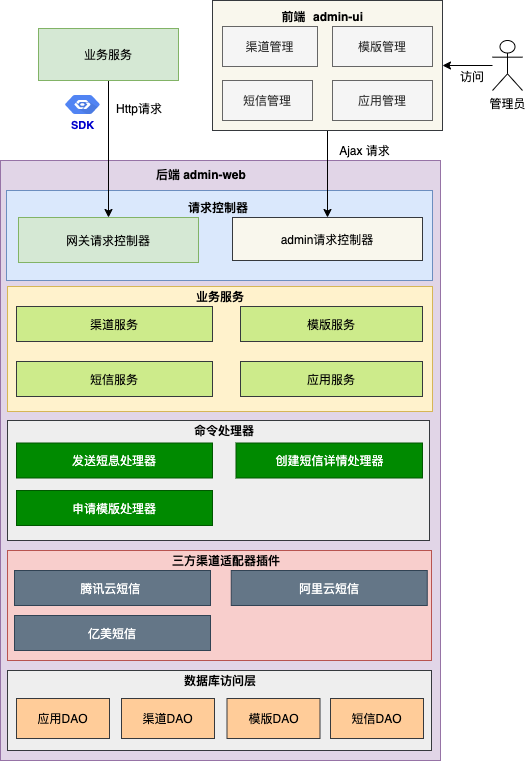
Earlier version of the draw.io export pics/sms/smsjiagou.png (makemyownlife/makemyownlife.github.io). Source tidied: cells renumbered, new cells last; positions are measured from the earlier drawing's top-left corner, leaving out a move shared by most shapes.
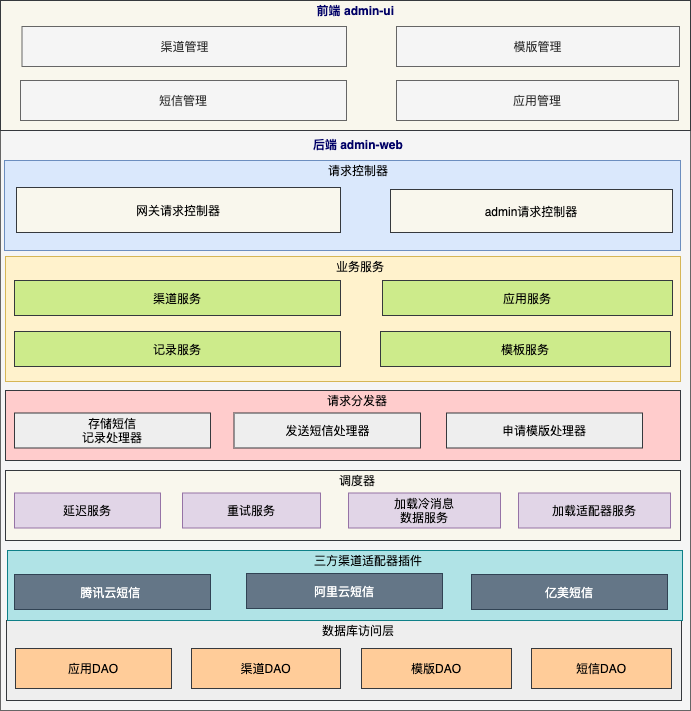
Later version of the same file.

Change to the diagram source:
```diff
@@ -2,145 +2,131 @@
   <root>
     <mxCell id="0" />
     <mxCell id="1" parent="0" />
-    <mxCell id="2" style="rounded=0;whiteSpace=wrap;html=1;fillColor=#e1d5e7;strokeColor=#9673a6;" parent="1" vertex="1">
-      <mxGeometry y="160" width="440" height="600" as="geometry" />
+    <mxCell id="2" style="rounded=0;whiteSpace=wrap;html=1;fillColor=#f5f5f5;strokeColor=#666666;fontColor=#333333;" parent="1" vertex="1">
+      <mxGeometry x="2" y="160" width="690" height="580" as="geometry" />
     </mxCell>
     <mxCell id="3" style="rounded=0;whiteSpace=wrap;html=1;fillColor=#dae8fc;strokeColor=#6c8ebf;" parent="1" vertex="1">
-      <mxGeometry x="6" y="190" width="426" height="90" as="geometry" />
+      <mxGeometry x="6" y="190" width="676" height="90" as="geometry" />
     </mxCell>
-    <mxCell id="4" style="edgeStyle=orthogonalEdgeStyle;rounded=0;jettySize=auto;html=1;" parent="1" edge="1" source="5" target="22">
-      <mxGeometry relative="1" as="geometry" />
+    <mxCell id="4" style="rounded=0;whiteSpace=wrap;html=1;fillColor=#f9f7ed;strokeColor=#36393d;" parent="1" vertex="1">
+      <mxGeometry x="2" y="30" width="690" height="130" as="geometry" />
     </mxCell>
-    <mxCell id="5" style="rounded=0;whiteSpace=wrap;html=1;fillColor=#f9f7ed;strokeColor=#36393d;" parent="1" vertex="1">
-      <mxGeometry x="212" width="230" height="130" as="geometry" />
+    <mxCell id="5" value="渠道管理" style="rounded=0;whiteSpace=wrap;html=1;fillColor=#f5f5f5;strokeColor=#666666;fontColor=#333333;" parent="1" vertex="1">
+      <mxGeometry x="23.5" y="56" width="324.5" height="40" as="geometry" />
     </mxCell>
-    <mxCell id="6" value="渠道管理" style="rounded=0;whiteSpace=wrap;html=1;fillColor=#f5f5f5;strokeColor=#666666;fontColor=#333333;" parent="1" vertex="1">
-      <mxGeometry x="222" y="26" width="95" height="40" as="geometry" />
+    <mxCell id="6" value="&lt;b&gt;&lt;font color=&quot;#000066&quot;&gt;admin-ui&lt;/font&gt;&lt;/b&gt;" style="text;html=1;strokeColor=none;fillColor=none;align=center;verticalAlign=middle;whiteSpace=wrap;rounded=0;" parent="1" vertex="1">
+      <mxGeometry x="340" y="30" width="62" height="20" as="geometry" />
     </mxCell>
-    <mxCell id="7" value="&lt;b&gt;admin-ui&lt;/b&gt;" style="text;html=1;strokeColor=none;fillColor=none;align=center;verticalAlign=middle;whiteSpace=wrap;rounded=0;" parent="1" vertex="1">
-      <mxGeometry x="307" y="6" width="62" height="20" as="geometry" />
+    <mxCell id="7" value="应用管理" style="rounded=0;whiteSpace=wrap;html=1;fillColor=#f5f5f5;strokeColor=#666666;fontColor=#333333;" parent="1" vertex="1">
+      <mxGeometry x="398" y="110" width="282" height="40" as="geometry" />
     </mxCell>
-    <mxCell id="8" value="应用管理" style="rounded=0;whiteSpace=wrap;html=1;fillColor=#f5f5f5;strokeColor=#666666;fontColor=#333333;" parent="1" vertex="1">
-      <mxGeometry x="332" y="80" width="100" height="40" as="geometry" />
+    <mxCell id="8" value="模版管理" style="rounded=0;whiteSpace=wrap;html=1;fillColor=#f5f5f5;strokeColor=#666666;fontColor=#333333;" parent="1" vertex="1">
+      <mxGeometry x="398" y="56" width="283" height="40" as="geometry" />
     </mxCell>
-    <mxCell id="9" value="模版管理" style="rounded=0;whiteSpace=wrap;html=1;fillColor=#f5f5f5;strokeColor=#666666;fontColor=#333333;" parent="1" vertex="1">
-      <mxGeometry x="332" y="26" width="100" height="40" as="geometry" />
+    <mxCell id="9" value="短信管理" style="rounded=0;whiteSpace=wrap;html=1;fillColor=#f5f5f5;strokeColor=#666666;fontColor=#333333;" parent="1" vertex="1">
+      <mxGeometry x="22" y="110" width="326" height="40" as="geometry" />
     </mxCell>
-    <mxCell id="10" value="短信管理" style="rounded=0;whiteSpace=wrap;html=1;fillColor=#f5f5f5;strokeColor=#666666;fontColor=#333333;" parent="1" vertex="1">
-      <mxGeometry x="222" y="80" width="90" height="40" as="geometry" />
+    <mxCell id="10" value="&lt;b&gt;&lt;font color=&quot;#000066&quot;&gt;admin-web&lt;/font&gt;&lt;/b&gt;" style="text;html=1;strokeColor=none;fillColor=none;align=center;verticalAlign=middle;whiteSpace=wrap;rounded=0;" parent="1" vertex="1">
+      <mxGeometry x="334.2" y="164" width="79" height="20" as="geometry" />
     </mxCell>
-    <mxCell id="11" style="edgeStyle=orthogonalEdgeStyle;rounded=0;jettySize=auto;html=1;" parent="1" edge="1" source="12" target="5">
-      <mxGeometry relative="1" as="geometry" />
+    <mxCell id="11" value="&lt;b&gt;&lt;font color=&quot;#000066&quot;&gt;前端&lt;/font&gt;&lt;/b&gt;" style="text;html=1;strokeColor=none;fillColor=none;align=center;verticalAlign=middle;whiteSpace=wrap;rounded=0;" parent="1" vertex="1">
+      <mxGeometry x="312" y="30" width="37" height="20" as="geometry" />
     </mxCell>
-    <mxCell id="12" value="管理员" style="shape=umlActor;verticalLabelPosition=bottom;verticalAlign=top;html=1;outlineConnect=0;" parent="1" vertex="1">
-      <mxGeometry x="492" y="40" width="30" height="50" as="geometry" />
+    <mxCell id="12" value="&lt;b&gt;&lt;font color=&quot;#000066&quot;&gt;后端&lt;/font&gt;&lt;/b&gt;" style="text;html=1;strokeColor=none;fillColor=none;align=center;verticalAlign=middle;whiteSpace=wrap;rounded=0;" parent="1" vertex="1">
+      <mxGeometry x="306.8" y="164" width="40" height="20" as="geometry" />
     </mxCell>
-    <mxCell id="13" value="&lt;b&gt;admin-web&lt;/b&gt;" style="text;html=1;strokeColor=none;fillColor=none;align=center;verticalAlign=middle;whiteSpace=wrap;rounded=0;" parent="1" vertex="1">
-      <mxGeometry x="175" y="164" width="79" height="20" as="geometry" />
+    <mxCell id="13" value="网关请求控制器" style="rounded=0;whiteSpace=wrap;html=1;fillColor=#f9f7ed;strokeColor=#36393d;" parent="1" vertex="1">
+      <mxGeometry x="18" y="217" width="324" height="45" as="geometry" />
     </mxCell>
-    <mxCell id="14" value="&lt;b&gt;前端&lt;/b&gt;" style="text;html=1;strokeColor=none;fillColor=none;align=center;verticalAlign=middle;whiteSpace=wrap;rounded=0;" parent="1" vertex="1">
-      <mxGeometry x="275" y="6" width="37" height="20" as="geometry" />
+    <mxCell id="14" value="admin请求控制器" style="rounded=0;whiteSpace=wrap;html=1;fillColor=#f9f7ed;strokeColor=#36393d;" parent="1" vertex="1">
+      <mxGeometry x="392" y="219" width="282" height="43" as="geometry" />
     </mxCell>
-    <mxCell id="15" value="&lt;b&gt;后端&lt;/b&gt;" style="text;html=1;strokeColor=none;fillColor=none;align=center;verticalAlign=middle;whiteSpace=wrap;rounded=0;" parent="1" vertex="1">
-      <mxGeometry x="147.5" y="164" width="40" height="20" as="geometry" />
+    <mxCell id="15" value="请求控制器" style="text;html=1;strokeColor=none;fillColor=none;align=center;verticalAlign=middle;whiteSpace=wrap;rounded=0;" parent="1" vertex="1">
+      <mxGeometry x="324" y="190" width="72" height="20" as="geometry" />
     </mxCell>
-    <mxCell id="16" style="edgeStyle=orthogonalEdgeStyle;rounded=0;jettySize=auto;html=1;" parent="1" edge="1" source="18" target="21">
-      <mxGeometry relative="1" as="geometry" />
+    <mxCell id="16" style="rounded=0;whiteSpace=wrap;html=1;fillColor=#eeeeee;strokeColor=#36393d;" parent="1" vertex="1">
+      <mxGeometry x="8" y="650" width="675" height="80" as="geometry" />
     </mxCell>
-    <mxCell id="17" style="edgeStyle=orthogonalEdgeStyle;rounded=0;jettySize=auto;html=1;exitX=0;exitY=0.5;exitDx=0;exitDy=0;" parent="1" edge="1" source="18">
-      <mxGeometry relative="1" as="geometry">
-        <mxPoint x="52" y="66" as="targetPoint" />
-      </mxGeometry>
+    <mxCell id="17" value="数据库访问层" style="text;html=1;strokeColor=none;fillColor=none;align=center;verticalAlign=middle;whiteSpace=wrap;rounded=0;" parent="1" vertex="1">
+      <mxGeometry x="316" y="650" width="88" height="20" as="geometry" />
     </mxCell>
-    <mxCell id="18" value="业务服务" style="rounded=0;whiteSpace=wrap;html=1;fillColor=#d5e8d4;strokeColor=#82b366;" parent="1" vertex="1">
-      <mxGeometry x="38" y="28" width="140" height="52" as="geometry" />
+    <mxCell id="18" value="应用DAO" style="rounded=0;whiteSpace=wrap;html=1;fillColor=#ffcc99;strokeColor=#36393d;" parent="1" vertex="1">
+      <mxGeometry x="17" y="678" width="156" height="40" as="geometry" />
     </mxCell>
-    <mxCell id="19" value="访问" style="text;html=1;strokeColor=none;fillColor=none;align=center;verticalAlign=middle;whiteSpace=wrap;rounded=0;" parent="1" vertex="1">
-      <mxGeometry x="452" y="66" width="40" height="20" as="geometry" />
+    <mxCell id="19" value="渠道DAO" style="rounded=0;whiteSpace=wrap;html=1;fillColor=#ffcc99;strokeColor=#36393d;" parent="1" vertex="1">
+      <mxGeometry x="193" y="678" width="149" height="40" as="geometry" />
     </mxCell>
-    <mxCell id="20" value="Http请求" style="text;html=1;strokeColor=none;fillColor=none;align=center;verticalAlign=middle;whiteSpace=wrap;rounded=0;" parent="1" vertex="1">
-      <mxGeometry x="114" y="98" width="50" height="20" as="geometry" />
+    <mxCell id="20" value="模版DAO" style="rounded=0;whiteSpace=wrap;html=1;fillColor=#ffcc99;strokeColor=#36393d;" parent="1" vertex="1">
+      <mxGeometry x="363" y="678" width="150" height="40" as="geometry" />
     </mxCell>
-    <mxCell id="21" value="网关请求控制器" style="rounded=0;whiteSpace=wrap;html=1;fillColor=#d5e8d4;strokeColor=#82b366;" parent="1" vertex="1">
-      <mxGeometry x="18" y="217" width="180" height="45" as="geometry" />
+    <mxCell id="21" value="短信DAO" style="rounded=0;whiteSpace=wrap;html=1;fillColor=#ffcc99;strokeColor=#36393d;" parent="1" vertex="1">
+      <mxGeometry x="533" y="678" width="140" height="40" as="geometry" />
     </mxCell>
-    <mxCell id="22" value="admin请求控制器" style="rounded=0;whiteSpace=wrap;html=1;fillColor=#f9f7ed;strokeColor=#36393d;" parent="1" vertex="1">
-      <mxGeometry x="232" y="217" width="190" height="43" as="geometry" />
+    <mxCell id="22" style="rounded=0;whiteSpace=wrap;html=1;fillColor=#fff2cc;strokeColor=#d6b656;" parent="1" vertex="1">
+      <mxGeometry x="7" y="286" width="675" height="125" as="geometry" />
     </mxCell>
-    <mxCell id="23" value="&lt;b&gt;请求控制器&lt;/b&gt;" style="text;html=1;strokeColor=none;fillColor=none;align=center;verticalAlign=middle;whiteSpace=wrap;rounded=0;" parent="1" vertex="1">
-      <mxGeometry x="182" y="197" width="72" height="20" as="geometry" />
+    <mxCell id="23" value="业务服务" style="text;html=1;strokeColor=none;fillColor=none;align=center;verticalAlign=middle;whiteSpace=wrap;rounded=0;" parent="1" vertex="1">
+      <mxGeometry x="326" y="286" width="72" height="20" as="geometry" />
     </mxCell>
-    <mxCell id="24" value="&lt;font color=&quot;#0000cc&quot;&gt;SDK&lt;/font&gt;" style="html=1;fillColor=#5184F3;strokeColor=none;verticalAlign=top;labelPosition=center;verticalLabelPosition=bottom;align=center;spacingTop=-6;fontSize=11;fontStyle=1;fontColor=#999999;shape=mxgraph.gcp2.hexIcon;prIcon=placeholder;" parent="1" vertex="1">
-      <mxGeometry x="55.5" y="90" width="53" height="28" as="geometry" />
+    <mxCell id="24" value="渠道服务" style="rounded=0;whiteSpace=wrap;html=1;fillColor=#cdeb8b;strokeColor=#36393d;" parent="1" vertex="1">
+      <mxGeometry x="16" y="310" width="326" height="35" as="geometry" />
     </mxCell>
-    <mxCell id="25" value="Ajax 请求" style="text;html=1;strokeColor=none;fillColor=none;align=center;verticalAlign=middle;whiteSpace=wrap;rounded=1;perimeterSpacing=1;" parent="1" vertex="1">
-      <mxGeometry x="327" y="140" width="75" height="20" as="geometry" />
+    <mxCell id="25" value="模板服务" style="rounded=0;whiteSpace=wrap;html=1;fillColor=#cdeb8b;strokeColor=#36393d;" parent="1" vertex="1">
+      <mxGeometry x="382" y="361" width="290" height="35" as="geometry" />
     </mxCell>
-    <mxCell id="26" style="rounded=0;whiteSpace=wrap;html=1;fillColor=#eeeeee;strokeColor=#36393d;" parent="1" vertex="1">
-      <mxGeometry x="7" y="670" width="424" height="80" as="geometry" />
+    <mxCell id="26" value="记录服务" style="rounded=0;whiteSpace=wrap;html=1;fillColor=#cdeb8b;strokeColor=#36393d;" parent="1" vertex="1">
+      <mxGeometry x="16" y="361" width="326" height="35" as="geometry" />
     </mxCell>
-    <mxCell id="27" value="&lt;b&gt;数据库访问层&lt;/b&gt;" style="text;html=1;strokeColor=none;fillColor=none;align=center;verticalAlign=middle;whiteSpace=wrap;rounded=0;" parent="1" vertex="1">
-      <mxGeometry x="176" y="670" width="88" height="20" as="geometry" />
+    <mxCell id="27" style="rounded=0;whiteSpace=wrap;html=1;fillColor=#ffcccc;strokeColor=#36393d;" parent="1" vertex="1">
+      <mxGeometry x="7" y="420" width="675" height="70" as="geometry" />
     </mxCell>
-    <mxCell id="28" value="应用DAO" style="rounded=0;whiteSpace=wrap;html=1;fillColor=#ffcc99;strokeColor=#36393d;" parent="1" vertex="1">
-      <mxGeometry x="16" y="698" width="93" height="40" as="geometry" />
+    <mxCell id="28" style="rounded=0;whiteSpace=wrap;html=1;fillColor=#b0e3e6;strokeColor=#0e8088;" parent="1" vertex="1">
+      <mxGeometry x="9" y="580" width="675" height="70" as="geometry" />
     </mxCell>
-    <mxCell id="29" value="渠道DAO" style="rounded=0;whiteSpace=wrap;html=1;fillColor=#ffcc99;strokeColor=#36393d;" parent="1" vertex="1">
-      <mxGeometry x="121" y="698" width="93" height="40" as="geometry" />
+    <mxCell id="29" value="请求分发器" style="text;html=1;strokeColor=none;fillColor=none;align=center;verticalAlign=middle;whiteSpace=wrap;rounded=0;" parent="1" vertex="1">
+      <mxGeometry x="309" y="420" width="100" height="20" as="geometry" />
     </mxCell>
-    <mxCell id="30" value="模版DAO" style="rounded=0;whiteSpace=wrap;html=1;fillColor=#ffcc99;strokeColor=#36393d;" parent="1" vertex="1">
-      <mxGeometry x="226.5" y="698" width="93" height="40" as="geometry" />
+    <mxCell id="30" value="存储短信&lt;br&gt;记录处理器" style="rounded=0;whiteSpace=wrap;html=1;fillColor=#eeeeee;strokeColor=#36393d;" parent="1" vertex="1">
+      <mxGeometry x="16" y="442.5" width="196" height="35" as="geometry" />
     </mxCell>
-    <mxCell id="31" value="短信DAO" style="rounded=0;whiteSpace=wrap;html=1;fillColor=#ffcc99;strokeColor=#36393d;" parent="1" vertex="1">
-      <mxGeometry x="330" y="698" width="93" height="40" as="geometry" />
+    <mxCell id="31" value="发送短信处理器" style="rounded=0;whiteSpace=wrap;html=1;fillColor=#eeeeee;strokeColor=#36393d;" parent="1" vertex="1">
+      <mxGeometry x="235.5" y="442.5" width="186.5" height="35" as="geometry" />
     </mxCell>
-    <mxCell id="32" style="rounded=0;whiteSpace=wrap;html=1;fillColor=#fff2cc;strokeColor=#d6b656;" parent="1" vertex="1">
-      <mxGeometry x="7" y="286" width="425" height="125" as="geometry" />
+    <mxCell id="32" value="申请模版处理器" style="rounded=0;whiteSpace=wrap;html=1;fillColor=#eeeeee;strokeColor=#36393d;" parent="1" vertex="1">
+      <mxGeometry x="448" y="442.5" width="196" height="35" as="geometry" />
     </mxCell>
-    <mxCell id="33" value="&lt;b&gt;业务服务&lt;/b&gt;" style="text;html=1;strokeColor=none;fillColor=none;align=center;verticalAlign=middle;whiteSpace=wrap;rounded=0;" parent="1" vertex="1">
-      <mxGeometry x="184" y="286" width="72" height="20" as="geometry" />
+    <mxCell id="33" value="三方渠道适配器插件" style="text;html=1;strokeColor=none;fillColor=none;align=center;verticalAlign=middle;whiteSpace=wrap;rounded=0;" parent="1" vertex="1">
+      <mxGeometry x="314" y="580" width="112" height="20" as="geometry" />
     </mxCell>
-    <mxCell id="34" value="渠道服务" style="rounded=0;whiteSpace=wrap;html=1;fillColor=#cdeb8b;strokeColor=#36393d;" parent="1" vertex="1">
-      <mxGeometry x="16" y="306" width="196" height="35" as="geometry" />
+    <mxCell id="34" value="腾讯云短信&amp;nbsp;" style="rounded=0;whiteSpace=wrap;html=1;fillColor=#647687;strokeColor=#314354;fontColor=#ffffff;" parent="1" vertex="1">
+      <mxGeometry x="16" y="604" width="196" height="35" as="geometry" />
     </mxCell>
-    <mxCell id="35" value="应用服务" style="rounded=0;whiteSpace=wrap;html=1;fillColor=#cdeb8b;strokeColor=#36393d;" parent="1" vertex="1">
-      <mxGeometry x="240" y="361" width="182" height="35" as="geometry" />
+    <mxCell id="35" value="阿里云短信" style="rounded=0;whiteSpace=wrap;html=1;fillColor=#647687;strokeColor=#314354;fontColor=#ffffff;" parent="1" vertex="1">
+      <mxGeometry x="248" y="603" width="196" height="35" as="geometry" />
     </mxCell>
-    <mxCell id="36" value="模版服务" style="rounded=0;whiteSpace=wrap;html=1;fillColor=#cdeb8b;strokeColor=#36393d;" parent="1" vertex="1">
-      <mxGeometry x="240" y="306" width="182" height="35" as="geometry" />
+    <mxCell id="36" value="亿美短信" style="rounded=0;whiteSpace=wrap;html=1;fillColor=#647687;strokeColor=#314354;fontColor=#ffffff;" parent="1" vertex="1">
+      <mxGeometry x="473" y="604" width="196" height="35" as="geometry" />
     </mxCell>
-    <mxCell id="37" value="短信服务" style="rounded=0;whiteSpace=wrap;html=1;fillColor=#cdeb8b;strokeColor=#36393d;" parent="1" vertex="1">
-      <mxGeometry x="16" y="361" width="196" height="35" as="geometry" />
+    <mxCell id="37" value="应用服务" style="rounded=0;whiteSpace=wrap;html=1;fillColor=#cdeb8b;strokeColor=#36393d;" parent="1" vertex="1">
+      <mxGeometry x="384" y="310" width="290" height="35" as="geometry" />
     </mxCell>
-    <mxCell id="38" style="rounded=0;whiteSpace=wrap;html=1;fillColor=#eeeeee;strokeColor=#36393d;" parent="1" vertex="1">
-      <mxGeometry x="7" y="420" width="422" height="120" as="geometry" />
+    <mxCell id="38" style="rounded=0;whiteSpace=wrap;html=1;fillColor=#f9f7ed;strokeColor=#36393d;" parent="1" vertex="1">
+      <mxGeometry x="7" y="500" width="675" height="70" as="geometry" />
     </mxCell>
-    <mxCell id="39" style="rounded=0;whiteSpace=wrap;html=1;fillColor=#f8cecc;strokeColor=#b85450;" parent="1" vertex="1">
-      <mxGeometry x="7" y="550" width="424" height="110" as="geometry" />
+    <mxCell id="39" value="调度器" style="text;html=1;strokeColor=none;fillColor=none;align=center;verticalAlign=middle;whiteSpace=wrap;rounded=0;" parent="1" vertex="1">
+      <mxGeometry x="309" y="500" width="100" height="20" as="geometry" />
     </mxCell>
-    <mxCell id="40" value="&lt;b&gt;命令处理器&lt;/b&gt;" style="text;html=1;strokeColor=none;fillColor=none;align=center;verticalAlign=middle;whiteSpace=wrap;rounded=0;" parent="1" vertex="1">
-      <mxGeometry x="174" y="420" width="100" height="20" as="geometry" />
+    <mxCell id="40" value="延迟服务" style="rounded=0;whiteSpace=wrap;html=1;fillColor=#e1d5e7;strokeColor=#9673a6;" parent="1" vertex="1">
+      <mxGeometry x="16" y="522.5" width="146" height="35" as="geometry" />
     </mxCell>
-    <mxCell id="41" value="发送短息处理器" style="rounded=0;whiteSpace=wrap;html=1;fillColor=#008a00;strokeColor=#005700;fontColor=#ffffff;" parent="1" vertex="1">
-      <mxGeometry x="16" y="442.5" width="196" height="35" as="geometry" />
+    <mxCell id="41" value="重试服务" style="rounded=0;whiteSpace=wrap;html=1;fillColor=#e1d5e7;strokeColor=#9673a6;" parent="1" vertex="1">
+      <mxGeometry x="184" y="522.5" width="138" height="35" as="geometry" />
     </mxCell>
-    <mxCell id="42" value="创建短信详情处理器" style="rounded=0;whiteSpace=wrap;html=1;fillColor=#008a00;strokeColor=#005700;fontColor=#ffffff;" parent="1" vertex="1">
-      <mxGeometry x="235.5" y="442.5" width="186.5" height="35" as="geometry" />
+    <mxCell id="42" value="加载冷消息&lt;br&gt;数据服务" style="rounded=0;whiteSpace=wrap;html=1;fillColor=#e1d5e7;strokeColor=#9673a6;" parent="1" vertex="1">
+      <mxGeometry x="350" y="522.5" width="152" height="35" as="geometry" />
     </mxCell>
-    <mxCell id="43" value="申请模版处理器" style="rounded=0;whiteSpace=wrap;html=1;fillColor=#008a00;strokeColor=#005700;fontColor=#ffffff;" parent="1" vertex="1">
-      <mxGeometry x="16" y="490" width="196" height="35" as="geometry" />
+    <mxCell id="43" value="加载适配器服务" style="rounded=0;whiteSpace=wrap;html=1;fillColor=#e1d5e7;strokeColor=#9673a6;" parent="1" vertex="1">
+      <mxGeometry x="520" y="522.5" width="152" height="35" as="geometry" />
     </mxCell>
-    <mxCell id="44" value="&lt;b&gt;三方渠道适配器插件&lt;/b&gt;" style="text;html=1;strokeColor=none;fillColor=none;align=center;verticalAlign=middle;whiteSpace=wrap;rounded=0;" parent="1" vertex="1">
-      <mxGeometry x="170" y="550" width="112" height="20" as="geometry" />
-    </mxCell>
-    <mxCell id="45" value="腾讯云短信&amp;nbsp;" style="rounded=0;whiteSpace=wrap;html=1;fillColor=#647687;strokeColor=#314354;fontColor=#ffffff;" parent="1" vertex="1">
-      <mxGeometry x="14" y="570" width="196" height="35" as="geometry" />
-    </mxCell>
-    <mxCell id="46" value="阿里云短信" style="rounded=0;whiteSpace=wrap;html=1;fillColor=#647687;strokeColor=#314354;fontColor=#ffffff;" parent="1" vertex="1">
-      <mxGeometry x="230.8" y="570" width="196" height="35" as="geometry" />
-    </mxCell>
-    <mxCell id="47" value="亿美短信" style="rounded=0;whiteSpace=wrap;html=1;fillColor=#647687;strokeColor=#314354;fontColor=#ffffff;" parent="1" vertex="1">
-      <mxGeometry x="14" y="615" width="196" height="35" as="geometry" />
-    </mxCell>
   </root>
 </mxGraphModel>
```
